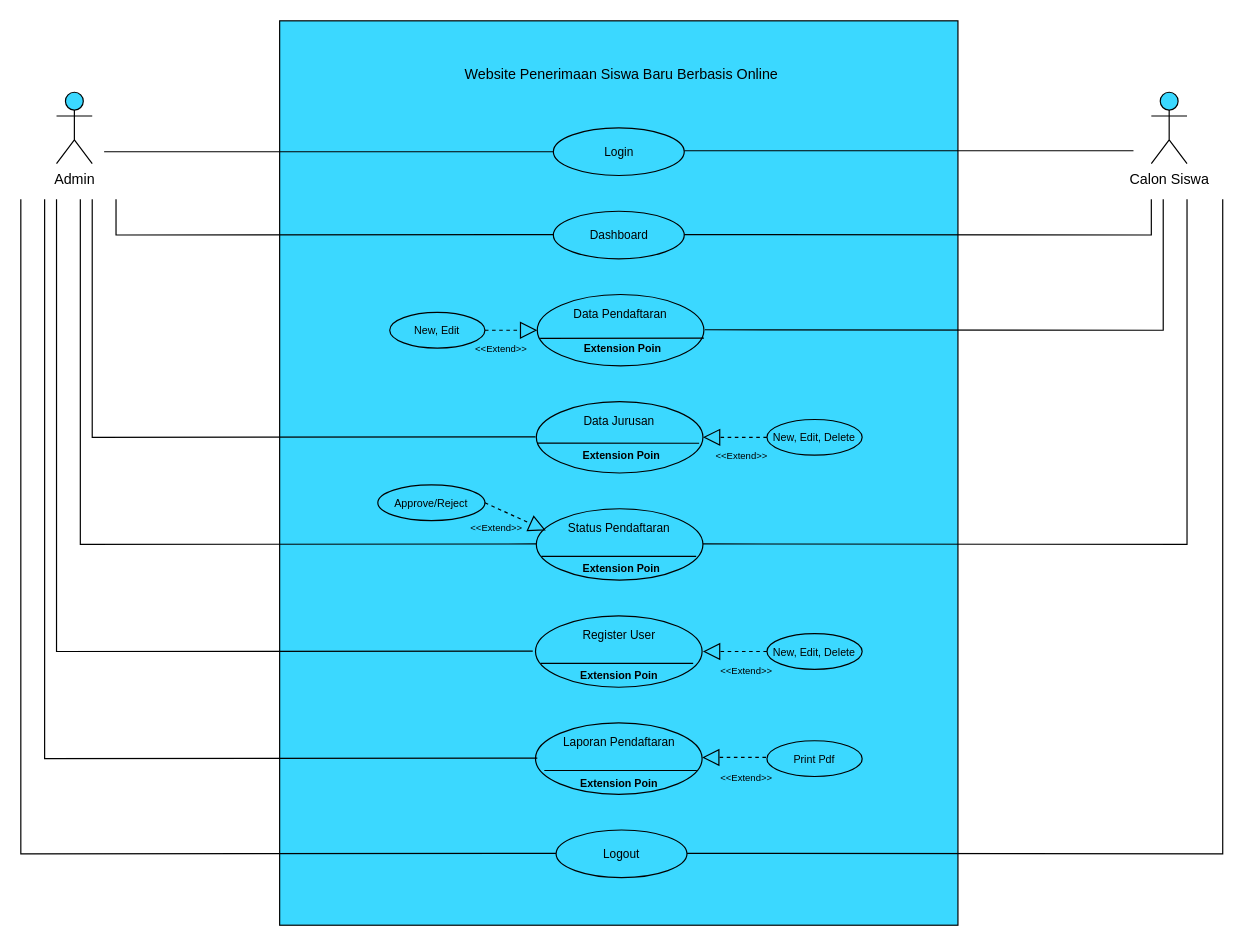
Earlier version of the draw.io diagram Rancangan Diagram Sistem.drawio (danangsptro/register-vhs). Source tidied: cells renumbered, new cells numbered last; positions are measured from the earlier drawing's top-left corner, leaving out a move shared by most shapes. Both pictures are drawn from the tidied source at 119%, with x=0, y=0 at pixel (20, 20).
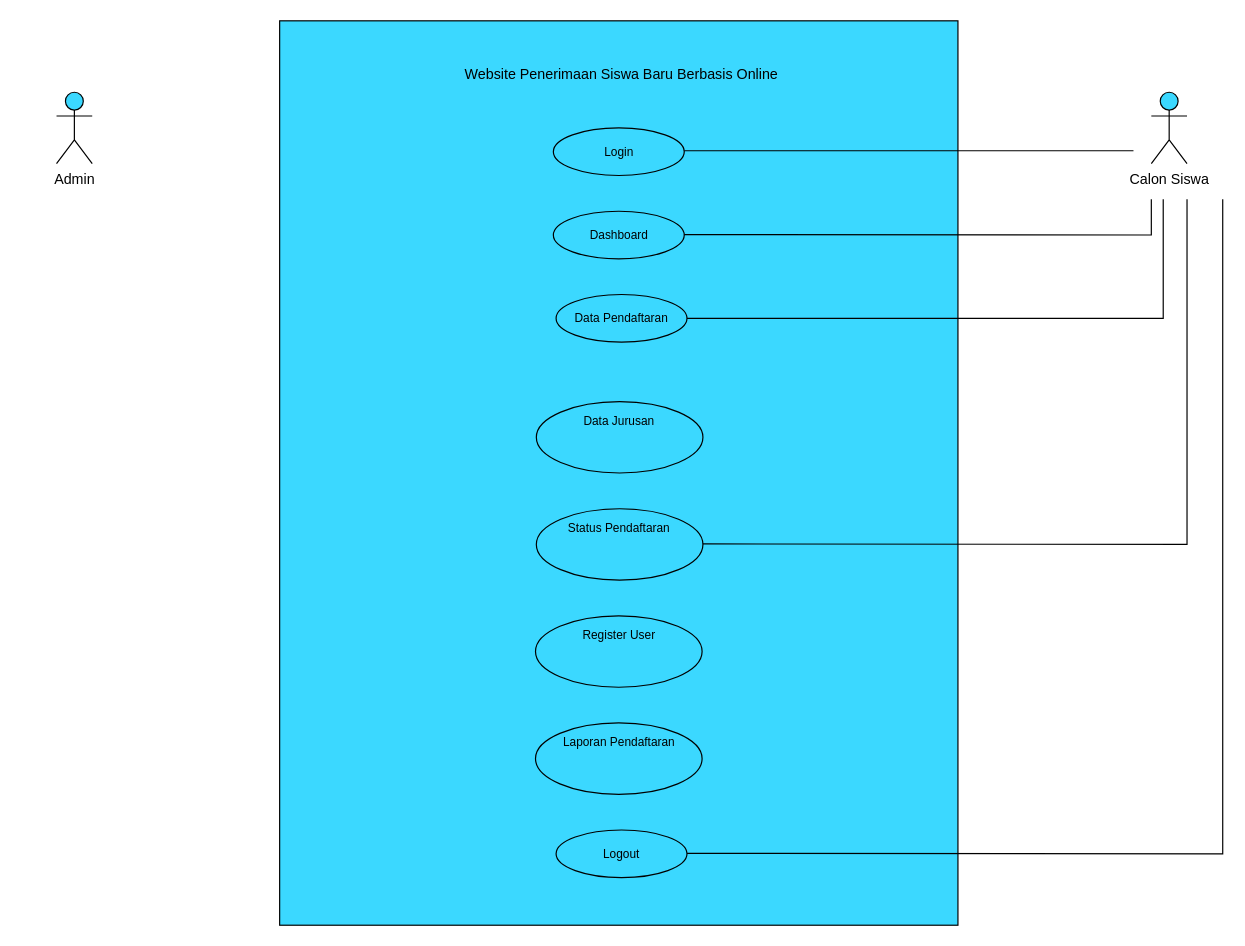
The same diagram, later.

Unchanged cells that the change refers to:
```xml
<mxCell id="6" value="&lt;font style=&quot;font-size: 10px;&quot;&gt;Login&lt;/font&gt;" style="ellipse;whiteSpace=wrap;html=1;align=center;newEdgeStyle={&quot;edgeStyle&quot;:&quot;entityRelationEdgeStyle&quot;,&quot;startArrow&quot;:&quot;none&quot;,&quot;endArrow&quot;:&quot;none&quot;,&quot;segment&quot;:10,&quot;curved&quot;:1};strokeColor=#000000;fillColor=#3BD8FF;" parent="1" vertex="1">
  <mxGeometry x="447.5" y="90" width="110" height="40" as="geometry" />
</mxCell>
<mxCell id="12" value="&lt;font style=&quot;font-size: 10px;&quot;&gt;Status Pendaftaran&lt;br&gt;&lt;br&gt;&lt;br&gt;&lt;/font&gt;" style="ellipse;whiteSpace=wrap;html=1;align=center;newEdgeStyle={&quot;edgeStyle&quot;:&quot;entityRelationEdgeStyle&quot;,&quot;startArrow&quot;:&quot;none&quot;,&quot;endArrow&quot;:&quot;none&quot;,&quot;segment&quot;:10,&quot;curved&quot;:1};strokeColor=#000000;fillColor=#3BD8FF;" parent="1" vertex="1">
  <mxGeometry x="433.2" y="410" width="140" height="60" as="geometry" />
</mxCell>
<mxCell id="15" value="&lt;font style=&quot;font-size: 10px;&quot;&gt;Data Jurusan&lt;br&gt;&lt;br&gt;&lt;br&gt;&lt;/font&gt;" style="ellipse;whiteSpace=wrap;html=1;align=center;newEdgeStyle={&quot;edgeStyle&quot;:&quot;entityRelationEdgeStyle&quot;,&quot;startArrow&quot;:&quot;none&quot;,&quot;endArrow&quot;:&quot;none&quot;,&quot;segment&quot;:10,&quot;curved&quot;:1};strokeColor=#000000;fillColor=#3BD8FF;" parent="1" vertex="1">
  <mxGeometry x="433.2" y="320" width="140" height="60" as="geometry" />
</mxCell>
```

The edit, as a diff of the source:
```diff
@@
-    <mxCell id="8" value="&lt;font style=&quot;font-size: 10px;&quot;&gt;Data Pendaftaran&lt;br&gt;&lt;br&gt;&lt;br&gt;&lt;/font&gt;" style="ellipse;whiteSpace=wrap;html=1;align=center;newEdgeStyle={&quot;edgeStyle&quot;:&quot;entityRelationEdgeStyle&quot;,&quot;startArrow&quot;:&quot;none&quot;,&quot;endArrow&quot;:&quot;none&quot;,&quot;segment&quot;:10,&quot;curved&quot;:1};strokeColor=#000000;fillColor=#3BD8FF;" parent="1" vertex="1">
-      <mxGeometry x="434" y="230" width="140" height="60" as="geometry" />
-    </mxCell>
@@
-    <mxCell id="10" style="endArrow=none;html=1;rounded=0;fontSize=10;exitX=0.017;exitY=0.615;exitDx=0;exitDy=0;exitPerimeter=0;entryX=1;entryY=0.61;entryDx=0;entryDy=0;entryPerimeter=0;" parent="1" edge="1" source="8" target="8">
-      <mxGeometry relative="1" as="geometry" />
-    </mxCell>
-    <mxCell id="11" value="&lt;b&gt;&lt;font style=&quot;font-size: 9px;&quot;&gt;Extension Poin&lt;/font&gt;&lt;/b&gt;" style="text;html=1;strokeColor=none;fillColor=none;align=center;verticalAlign=middle;whiteSpace=wrap;rounded=0;fontSize=10;" parent="1" vertex="1">
-      <mxGeometry x="435.5" y="260" width="140" height="30" as="geometry" />
-    </mxCell>
@@
-    <mxCell id="13" style="endArrow=none;html=1;rounded=0;" parent="1" edge="1">
-      <mxGeometry relative="1" as="geometry">
-        <mxPoint x="437.5" y="450" as="sourcePoint" />
-        <mxPoint x="567.5" y="450" as="targetPoint" />
-      </mxGeometry>
-    </mxCell>
-    <mxCell id="14" value="&lt;b&gt;&lt;font style=&quot;font-size: 9px;&quot;&gt;Extension Poin&lt;/font&gt;&lt;/b&gt;" style="text;html=1;strokeColor=none;fillColor=none;align=center;verticalAlign=middle;whiteSpace=wrap;rounded=0;fontSize=10;" parent="1" vertex="1">
-      <mxGeometry x="434.8" y="440" width="140" height="40" as="geometry" />
-    </mxCell>
@@
-    <mxCell id="16" value="&lt;b&gt;&lt;font style=&quot;font-size: 9px;&quot;&gt;Extension Poin&lt;/font&gt;&lt;/b&gt;" style="text;html=1;strokeColor=none;fillColor=none;align=center;verticalAlign=middle;whiteSpace=wrap;rounded=0;fontSize=10;" parent="1" vertex="1">
-      <mxGeometry x="434.8" y="350" width="140" height="30" as="geometry" />
-    </mxCell>
-    <mxCell id="17" style="endArrow=none;html=1;rounded=0;exitX=-0.006;exitY=0.16;exitDx=0;exitDy=0;exitPerimeter=0;" parent="1" edge="1" source="16">
-      <mxGeometry relative="1" as="geometry">
-        <mxPoint x="570" y="355" as="targetPoint" />
-      </mxGeometry>
-    </mxCell>
@@
-    <mxCell id="19" value="&lt;b&gt;&lt;font style=&quot;font-size: 9px;&quot;&gt;Extension Poin&lt;/font&gt;&lt;/b&gt;" style="text;html=1;strokeColor=none;fillColor=none;align=center;verticalAlign=middle;whiteSpace=wrap;rounded=0;fontSize=10;" parent="1" vertex="1">
-      <mxGeometry x="432.5" y="620" width="140" height="40" as="geometry" />
-    </mxCell>
@@
-    <mxCell id="21" value="&lt;b&gt;&lt;font style=&quot;font-size: 9px;&quot;&gt;Extension Poin&lt;/font&gt;&lt;/b&gt;" style="text;html=1;strokeColor=none;fillColor=none;align=center;verticalAlign=middle;whiteSpace=wrap;rounded=0;fontSize=10;" parent="1" vertex="1">
-      <mxGeometry x="432.5" y="530" width="140" height="40" as="geometry" />
-    </mxCell>
-    <mxCell id="22" style="endArrow=none;html=1;rounded=0;exitX=0;exitY=0.25;exitDx=0;exitDy=0;" parent="1" edge="1">
-      <mxGeometry relative="1" as="geometry">
-        <mxPoint x="436.8" y="540" as="sourcePoint" />
-        <mxPoint x="565" y="540" as="targetPoint" />
-      </mxGeometry>
-    </mxCell>
-    <mxCell id="23" style="endArrow=none;html=1;rounded=0;exitX=0;exitY=0.25;exitDx=0;exitDy=0;" parent="1" edge="1">
-      <mxGeometry relative="1" as="geometry">
-        <mxPoint x="439.9" y="630" as="sourcePoint" />
-        <mxPoint x="568.1" y="630" as="targetPoint" />
-      </mxGeometry>
-    </mxCell>
-    <mxCell id="24" style="endArrow=none;html=1;rounded=0;entryX=0;entryY=0.5;entryDx=0;entryDy=0;" parent="1" edge="1" target="6">
-      <mxGeometry relative="1" as="geometry">
-        <mxPoint x="70" y="110" as="sourcePoint" />
-      </mxGeometry>
-    </mxCell>
@@
-    <mxCell id="27" style="endArrow=none;html=1;rounded=0;" parent="1" edge="1">
+    <mxCell id="27" style="endArrow=none;html=1;rounded=0;" parent="1" edge="1" source="8">
       <mxGeometry relative="1" as="geometry">
-        <mxPoint x="574.8" y="259.6" as="sourcePoint" />
         <mxPoint x="960" y="150" as="targetPoint" />
         <Array as="points">
-          <mxPoint x="960" y="260" />
+          <mxPoint x="960" y="250" />
         </Array>
       </mxGeometry>
     </mxCell>
-    <mxCell id="28" style="endArrow=none;html=1;rounded=0;entryX=0;entryY=0.5;entryDx=0;entryDy=0;" parent="1" edge="1">
-      <mxGeometry relative="1" as="geometry">
-        <mxPoint x="80" y="150" as="sourcePoint" />
-        <mxPoint x="447.5" y="179.6" as="targetPoint" />
-        <Array as="points">
-          <mxPoint x="80" y="180" />
-        </Array>
-      </mxGeometry>
-    </mxCell>
-    <mxCell id="29" style="endArrow=none;html=1;rounded=0;entryX=0;entryY=0.5;entryDx=0;entryDy=0;" parent="1" edge="1">
-      <mxGeometry relative="1" as="geometry">
-        <mxPoint x="60" y="150" as="sourcePoint" />
-        <mxPoint x="432.5" y="349.6" as="targetPoint" />
-        <Array as="points">
-          <mxPoint x="60" y="350" />
-        </Array>
-      </mxGeometry>
-    </mxCell>
-    <mxCell id="30" style="endArrow=none;html=1;rounded=0;entryX=0;entryY=0.5;entryDx=0;entryDy=0;" parent="1" edge="1">
-      <mxGeometry relative="1" as="geometry">
-        <mxPoint x="30" y="150" as="sourcePoint" />
-        <mxPoint x="430.2" y="529.6" as="targetPoint" />
-        <Array as="points">
-          <mxPoint x="30" y="530" />
-        </Array>
-      </mxGeometry>
-    </mxCell>
-    <mxCell id="31" style="endArrow=none;html=1;rounded=0;entryX=0;entryY=0.5;entryDx=0;entryDy=0;" parent="1" edge="1">
-      <mxGeometry relative="1" as="geometry">
-        <mxPoint x="20" y="150" as="sourcePoint" />
-        <mxPoint x="434" y="619.6" as="targetPoint" />
-        <Array as="points">
-          <mxPoint x="20" y="620" />
-        </Array>
-      </mxGeometry>
-    </mxCell>
@@
-    <mxCell id="33" style="endArrow=none;html=1;rounded=0;entryX=0;entryY=0.5;entryDx=0;entryDy=0;" parent="1" edge="1">
-      <mxGeometry relative="1" as="geometry">
-        <mxPoint y="150" as="sourcePoint" />
-        <mxPoint x="449.7" y="699.6" as="targetPoint" />
-        <Array as="points">
-          <mxPoint y="700" />
-        </Array>
-      </mxGeometry>
-    </mxCell>
@@
-    <mxCell id="35" value="&lt;font style=&quot;&quot;&gt;&lt;br&gt;&lt;font style=&quot;font-size: 9px;&quot;&gt;New, Edit, Delete&lt;br&gt;&lt;/font&gt;&lt;br&gt;&lt;/font&gt;" style="ellipse;whiteSpace=wrap;html=1;align=center;newEdgeStyle={&quot;edgeStyle&quot;:&quot;entityRelationEdgeStyle&quot;,&quot;startArrow&quot;:&quot;none&quot;,&quot;endArrow&quot;:&quot;none&quot;,&quot;segment&quot;:10,&quot;curved&quot;:1};strokeColor=#000000;fillColor=#3BD8FF;" parent="1" vertex="1">
-      <mxGeometry x="627" y="335" width="80" height="30" as="geometry" />
-    </mxCell>
-    <mxCell id="36" style="endArrow=block;dashed=1;endFill=0;endSize=12;html=1;rounded=0;fontSize=9;exitX=0;exitY=0.5;exitDx=0;exitDy=0;" parent="1" edge="1" source="35" target="15">
-      <mxGeometry relative="1" as="geometry" />
-    </mxCell>
-    <mxCell id="37" value="&lt;font style=&quot;&quot;&gt;&lt;br&gt;&lt;font style=&quot;font-size: 9px;&quot;&gt;New, Edit, Delete&lt;br&gt;&lt;/font&gt;&lt;br&gt;&lt;/font&gt;" style="ellipse;whiteSpace=wrap;html=1;align=center;newEdgeStyle={&quot;edgeStyle&quot;:&quot;entityRelationEdgeStyle&quot;,&quot;startArrow&quot;:&quot;none&quot;,&quot;endArrow&quot;:&quot;none&quot;,&quot;segment&quot;:10,&quot;curved&quot;:1};strokeColor=#000000;fillColor=#3BD8FF;" parent="1" vertex="1">
-      <mxGeometry x="627" y="515" width="80" height="30" as="geometry" />
-    </mxCell>
-    <mxCell id="38" style="endArrow=block;dashed=1;endFill=0;endSize=12;html=1;rounded=0;fontSize=9;exitX=0;exitY=0.5;exitDx=0;exitDy=0;" parent="1" edge="1">
-      <mxGeometry relative="1" as="geometry">
-        <mxPoint x="627" y="530" as="sourcePoint" />
-        <mxPoint x="573.2" y="530" as="targetPoint" />
-      </mxGeometry>
-    </mxCell>
-    <mxCell id="39" value="&lt;font style=&quot;&quot;&gt;&lt;br&gt;&lt;font style=&quot;font-size: 9px;&quot;&gt;Print Pdf&lt;br&gt;&lt;/font&gt;&lt;br&gt;&lt;/font&gt;" style="ellipse;whiteSpace=wrap;html=1;align=center;newEdgeStyle={&quot;edgeStyle&quot;:&quot;entityRelationEdgeStyle&quot;,&quot;startArrow&quot;:&quot;none&quot;,&quot;endArrow&quot;:&quot;none&quot;,&quot;segment&quot;:10,&quot;curved&quot;:1};strokeColor=#000000;fillColor=#3BD8FF;" parent="1" vertex="1">
-      <mxGeometry x="627" y="605" width="80" height="30" as="geometry" />
-    </mxCell>
-    <mxCell id="40" style="endArrow=block;dashed=1;endFill=0;endSize=12;html=1;rounded=0;fontSize=9;exitX=0;exitY=0.5;exitDx=0;exitDy=0;" parent="1" edge="1">
-      <mxGeometry relative="1" as="geometry">
-        <mxPoint x="626.2" y="619" as="sourcePoint" />
-        <mxPoint x="572.5" y="619" as="targetPoint" />
-      </mxGeometry>
-    </mxCell>
-    <mxCell id="41" style="endArrow=none;html=1;rounded=0;entryX=0;entryY=0.5;entryDx=0;entryDy=0;" parent="1" edge="1">
-      <mxGeometry relative="1" as="geometry">
-        <mxPoint x="50" y="150" as="sourcePoint" />
-        <mxPoint x="433.2" y="439.6" as="targetPoint" />
-        <Array as="points">
-          <mxPoint x="50" y="440" />
-        </Array>
-      </mxGeometry>
-    </mxCell>
-    <mxCell id="42" value="&lt;font style=&quot;&quot;&gt;&lt;br&gt;&lt;font style=&quot;font-size: 9px;&quot;&gt;Approve/Reject&lt;br&gt;&lt;/font&gt;&lt;br&gt;&lt;/font&gt;" style="ellipse;whiteSpace=wrap;html=1;align=center;newEdgeStyle={&quot;edgeStyle&quot;:&quot;entityRelationEdgeStyle&quot;,&quot;startArrow&quot;:&quot;none&quot;,&quot;endArrow&quot;:&quot;none&quot;,&quot;segment&quot;:10,&quot;curved&quot;:1};strokeColor=#000000;fillColor=#3BD8FF;" parent="1" vertex="1">
-      <mxGeometry x="300" y="390" width="90" height="30" as="geometry" />
-    </mxCell>
-    <mxCell id="43" style="edgeStyle=orthogonalEdgeStyle;rounded=0;orthogonalLoop=1;jettySize=auto;html=1;exitX=0.5;exitY=1;exitDx=0;exitDy=0;fontSize=9;" parent="1" edge="1" source="42" target="42">
-      <mxGeometry relative="1" as="geometry" />
+    <mxCell id="43" style="edgeStyle=orthogonalEdgeStyle;rounded=0;orthogonalLoop=1;jettySize=auto;html=1;exitX=0.5;exitY=1;exitDx=0;exitDy=0;fontSize=9;" parent="1" edge="1">
+      <mxGeometry relative="1" as="geometry">
+        <mxPoint x="345" y="420" as="sourcePoint" />
+        <mxPoint x="345" y="420" as="targetPoint" />
+      </mxGeometry>
     </mxCell>
-    <mxCell id="44" style="edgeStyle=orthogonalEdgeStyle;rounded=0;orthogonalLoop=1;jettySize=auto;html=1;exitX=0.5;exitY=1;exitDx=0;exitDy=0;fontSize=9;" parent="1" edge="1" source="42" target="42">
-      <mxGeometry relative="1" as="geometry" />
+    <mxCell id="44" style="edgeStyle=orthogonalEdgeStyle;rounded=0;orthogonalLoop=1;jettySize=auto;html=1;exitX=0.5;exitY=1;exitDx=0;exitDy=0;fontSize=9;" parent="1" edge="1">
+      <mxGeometry relative="1" as="geometry">
+        <mxPoint x="345" y="420" as="sourcePoint" />
+        <mxPoint x="345" y="420" as="targetPoint" />
+      </mxGeometry>
     </mxCell>
-    <mxCell id="45" style="endArrow=block;dashed=1;endFill=0;endSize=12;html=1;rounded=0;fontSize=9;exitX=1;exitY=0.5;exitDx=0;exitDy=0;entryX=0.057;entryY=0.305;entryDx=0;entryDy=0;entryPerimeter=0;" parent="1" edge="1" source="42" target="12">
-      <mxGeometry relative="1" as="geometry" />
-    </mxCell>
-    <mxCell id="46" value="&lt;font style=&quot;font-size: 8px;&quot;&gt;&amp;lt;&amp;lt;Extend&amp;gt;&amp;gt;&lt;/font&gt;" style="text;html=1;strokeColor=none;fillColor=none;align=center;verticalAlign=middle;whiteSpace=wrap;rounded=0;" parent="1" vertex="1">
-      <mxGeometry x="575.5" y="350" width="60" height="30" as="geometry" />
-    </mxCell>
-    <mxCell id="47" value="&lt;font style=&quot;font-size: 8px;&quot;&gt;&amp;lt;&amp;lt;Extend&amp;gt;&amp;gt;&lt;/font&gt;" style="text;html=1;strokeColor=none;fillColor=none;align=center;verticalAlign=middle;whiteSpace=wrap;rounded=0;" parent="1" vertex="1">
-      <mxGeometry x="370" y="410" width="60" height="30" as="geometry" />
-    </mxCell>
-    <mxCell id="48" value="&lt;font style=&quot;font-size: 8px;&quot;&gt;&amp;lt;&amp;lt;Extend&amp;gt;&amp;gt;&lt;/font&gt;" style="text;html=1;strokeColor=none;fillColor=none;align=center;verticalAlign=middle;whiteSpace=wrap;rounded=0;" parent="1" vertex="1">
-      <mxGeometry x="580" y="530" width="60" height="30" as="geometry" />
-    </mxCell>
-    <mxCell id="49" value="&lt;font style=&quot;font-size: 8px;&quot;&gt;&amp;lt;&amp;lt;Extend&amp;gt;&amp;gt;&lt;/font&gt;" style="text;html=1;strokeColor=none;fillColor=none;align=center;verticalAlign=middle;whiteSpace=wrap;rounded=0;" parent="1" vertex="1">
-      <mxGeometry x="580" y="620" width="60" height="30" as="geometry" />
-    </mxCell>
-    <mxCell id="50" value="&lt;font style=&quot;&quot;&gt;&lt;br&gt;&lt;font style=&quot;font-size: 9px;&quot;&gt;New, Edit&lt;br&gt;&lt;/font&gt;&lt;br&gt;&lt;/font&gt;" style="ellipse;whiteSpace=wrap;html=1;align=center;newEdgeStyle={&quot;edgeStyle&quot;:&quot;entityRelationEdgeStyle&quot;,&quot;startArrow&quot;:&quot;none&quot;,&quot;endArrow&quot;:&quot;none&quot;,&quot;segment&quot;:10,&quot;curved&quot;:1};strokeColor=#000000;fillColor=#3BD8FF;" parent="1" vertex="1">
-      <mxGeometry x="310" y="245" width="80" height="30" as="geometry" />
-    </mxCell>
-    <mxCell id="51" value="&lt;font style=&quot;font-size: 8px;&quot;&gt;&amp;lt;&amp;lt;Extend&amp;gt;&amp;gt;&lt;/font&gt;" style="text;html=1;strokeColor=none;fillColor=none;align=center;verticalAlign=middle;whiteSpace=wrap;rounded=0;" parent="1" vertex="1">
-      <mxGeometry x="374" y="260" width="60" height="30" as="geometry" />
-    </mxCell>
-    <mxCell id="52" style="endArrow=block;dashed=1;endFill=0;endSize=12;html=1;rounded=0;fontSize=9;exitX=1;exitY=0.5;exitDx=0;exitDy=0;entryX=1;entryY=0;entryDx=0;entryDy=0;" parent="1" edge="1" source="50" target="51">
-      <mxGeometry relative="1" as="geometry" />
-    </mxCell>
+    <mxCell id="8" value="&lt;font style=&quot;font-size: 10px;&quot;&gt;Data Pendaftaran&lt;/font&gt;" style="ellipse;whiteSpace=wrap;html=1;align=center;newEdgeStyle={&quot;edgeStyle&quot;:&quot;entityRelationEdgeStyle&quot;,&quot;startArrow&quot;:&quot;none&quot;,&quot;endArrow&quot;:&quot;none&quot;,&quot;segment&quot;:10,&quot;curved&quot;:1};strokeColor=#000000;fillColor=#3BD8FF;" parent="1" vertex="1">
+      <mxGeometry x="449.8" y="230" width="110" height="40" as="geometry" />
+    </mxCell>
```
